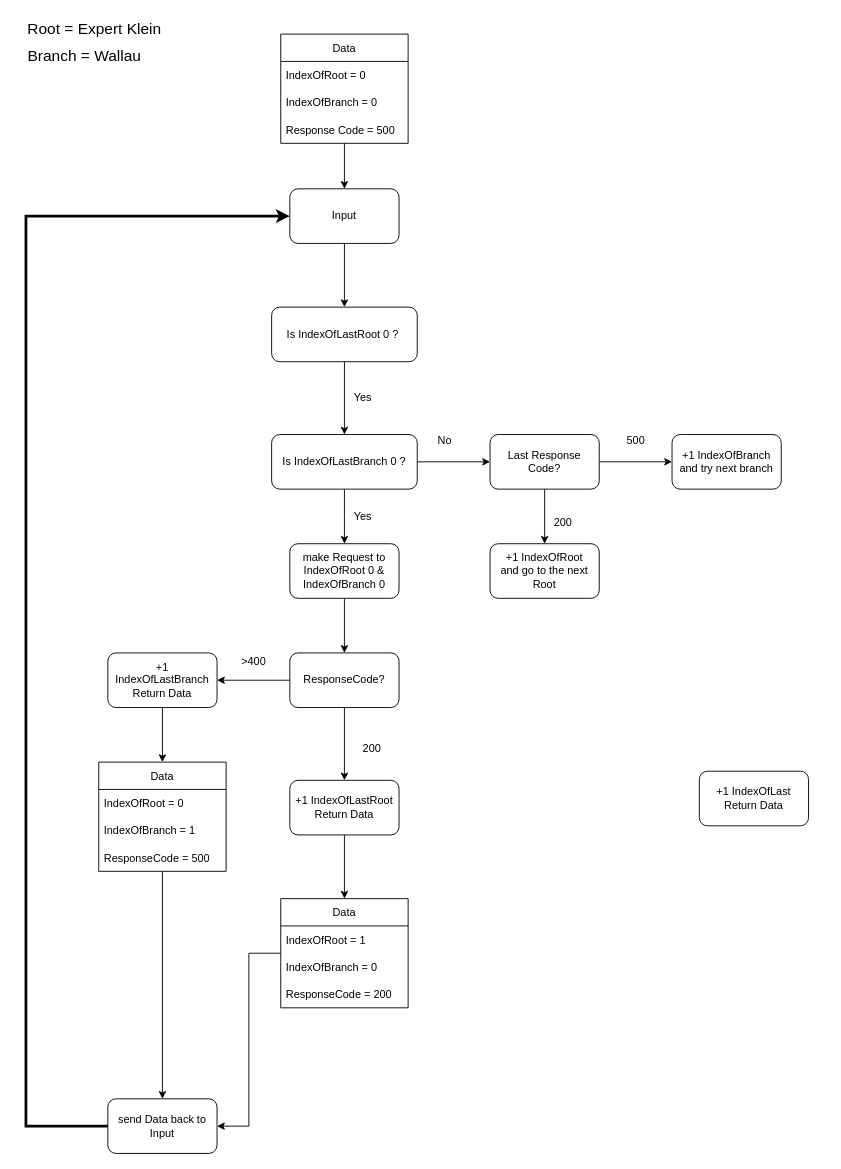
ediiiz/PreisDetektivEX keeps this draw.io diagram as getNextMarket.drawio. Above is the earlier version. Source tidied: cells renumbered, new cells numbered last; positions are measured from the earlier drawing's top-left corner, leaving out a move shared by most shapes. Both pictures are drawn from the tidied source at 91%, with x=0, y=0 at pixel (15, 15).
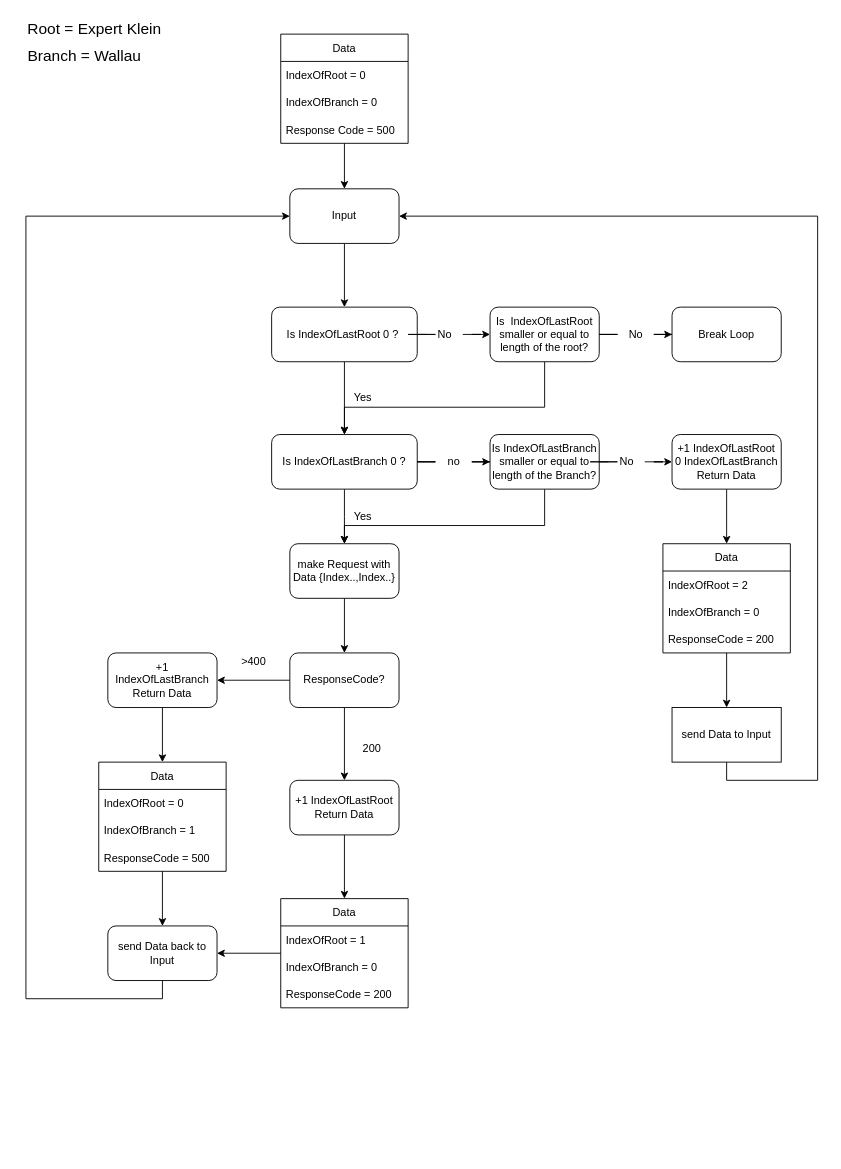
Above is the later version.

The change refers to these unchanged cells:
```xml
<mxCell id="3" value="Input" style="rounded=1;whiteSpace=wrap;html=1;" parent="1" vertex="1">
  <mxGeometry x="301" y="190" width="120" height="60" as="geometry" />
</mxCell>
<mxCell id="10" value="Is IndexOfLastRoot 0 ?&amp;nbsp;" style="whiteSpace=wrap;html=1;rounded=1;" parent="1" vertex="1">
  <mxGeometry x="281" y="320" width="160" height="60" as="geometry" />
</mxCell>
<mxCell id="32" value="Is IndexOfLastBranch 0 ?" style="whiteSpace=wrap;html=1;rounded=1;" parent="1" vertex="1">
  <mxGeometry x="281" y="460" width="160" height="60" as="geometry" />
</mxCell>
```

The edit, as a diff of the source:
```diff
@@
+    <mxCell id="50" style="edgeStyle=orthogonalEdgeStyle;rounded=0;jettySize=auto;html=1;strokeWidth=1;fontSize=12;startArrow=none;" parent="1" edge="1" source="61" target="54">
+      <mxGeometry relative="1" as="geometry" />
+    </mxCell>
@@
-    <mxCell id="11" style="edgeStyle=orthogonalEdgeStyle;rounded=0;jettySize=auto;html=1;" parent="1" edge="1" source="13" target="18">
-      <mxGeometry relative="1" as="geometry" />
-    </mxCell>
-    <mxCell id="12" style="edgeStyle=orthogonalEdgeStyle;rounded=0;jettySize=auto;html=1;" parent="1" edge="1" source="13" target="20">
-      <mxGeometry relative="1" as="geometry" />
-    </mxCell>
-    <mxCell id="13" value="Last Response Code?" style="whiteSpace=wrap;html=1;rounded=1;" parent="1" vertex="1">
-      <mxGeometry x="521" y="460" width="120" height="60" as="geometry" />
-    </mxCell>
@@
-    <mxCell id="15" value="make Request to IndexOfRoot 0 &amp;amp; IndexOfBranch 0" style="whiteSpace=wrap;html=1;rounded=1;" parent="1" vertex="1">
+    <mxCell id="15" value="make Request with Data {Index..,Index..}" style="whiteSpace=wrap;html=1;rounded=1;" parent="1" vertex="1">
       <mxGeometry x="301" y="580" width="120" height="60" as="geometry" />
     </mxCell>
-    <mxCell id="16" value="No" style="text;html=1;align=center;verticalAlign=middle;strokeColor=none;fillColor=none;" parent="1" vertex="1">
-      <mxGeometry x="451" y="452" width="40" height="30" as="geometry" />
-    </mxCell>
@@
-    <mxCell id="18" value="+1 IndexOfRoot&lt;br&gt;and go to the next Root" style="whiteSpace=wrap;html=1;rounded=1;" parent="1" vertex="1">
-      <mxGeometry x="521" y="580" width="120" height="60" as="geometry" />
-    </mxCell>
-    <mxCell id="19" value="200" style="text;html=1;align=center;verticalAlign=middle;strokeColor=none;fillColor=none;" parent="1" vertex="1">
-      <mxGeometry x="581" y="542" width="40" height="30" as="geometry" />
-    </mxCell>
-    <mxCell id="20" value="+1 IndexOfBranch and try next branch" style="whiteSpace=wrap;html=1;rounded=1;" parent="1" vertex="1">
-      <mxGeometry x="721" y="460" width="120" height="60" as="geometry" />
-    </mxCell>
-    <mxCell id="21" value="500" style="text;html=1;align=center;verticalAlign=middle;strokeColor=none;fillColor=none;" parent="1" vertex="1">
-      <mxGeometry x="661" y="452" width="40" height="30" as="geometry" />
-    </mxCell>
@@
-    <mxCell id="24" value="+1 IndexOfLast Return Data" style="whiteSpace=wrap;html=1;rounded=1;" parent="1" vertex="1">
-      <mxGeometry x="751" y="830" width="120" height="60" as="geometry" />
-    </mxCell>
@@
-    <mxCell id="31" style="edgeStyle=orthogonalEdgeStyle;rounded=0;jettySize=auto;html=1;fontSize=12;" parent="1" edge="1" source="32" target="13">
-      <mxGeometry relative="1" as="geometry" />
-    </mxCell>
+    <mxCell id="51" style="edgeStyle=orthogonalEdgeStyle;rounded=0;jettySize=auto;html=1;strokeWidth=1;fontSize=12;startArrow=none;" parent="1" edge="1" source="59" target="58">
+      <mxGeometry relative="1" as="geometry" />
+    </mxCell>
@@
-    <mxCell id="48" style="edgeStyle=orthogonalEdgeStyle;rounded=0;jettySize=auto;html=1;entryX=0;entryY=0.5;entryDx=0;entryDy=0;fontSize=12;strokeWidth=3;" parent="1" edge="1" source="49" target="3">
+    <mxCell id="48" style="edgeStyle=orthogonalEdgeStyle;rounded=0;jettySize=auto;html=1;entryX=0;entryY=0.5;entryDx=0;entryDy=0;fontSize=12;strokeWidth=1;" parent="1" edge="1" source="49" target="3">
       <mxGeometry relative="1" as="geometry">
         <Array as="points">
-          <mxPoint x="11" y="1220" />
+          <mxPoint x="161" y="1080" />
+          <mxPoint x="11" y="1080" />
           <mxPoint x="11" y="220" />
         </Array>
       </mxGeometry>
     </mxCell>
     <mxCell id="49" value="send Data back to Input" style="rounded=1;whiteSpace=wrap;html=1;fontSize=12;" parent="1" vertex="1">
-      <mxGeometry x="101" y="1190" width="120" height="60" as="geometry" />
+      <mxGeometry x="101" y="1000" width="120" height="60" as="geometry" />
     </mxCell>
+    <mxCell id="52" style="edgeStyle=orthogonalEdgeStyle;rounded=0;jettySize=auto;html=1;entryX=0.5;entryY=0;entryDx=0;entryDy=0;strokeWidth=1;fontSize=12;" parent="1" edge="1" source="54" target="32">
+      <mxGeometry relative="1" as="geometry">
+        <Array as="points">
+          <mxPoint x="581" y="430" />
+          <mxPoint x="361" y="430" />
+        </Array>
+      </mxGeometry>
+    </mxCell>
+    <mxCell id="53" style="edgeStyle=orthogonalEdgeStyle;rounded=0;jettySize=auto;html=1;strokeWidth=1;fontSize=12;startArrow=none;" parent="1" edge="1" source="63" target="55">
+      <mxGeometry relative="1" as="geometry" />
+    </mxCell>
+    <mxCell id="54" value="Is&amp;nbsp; IndexOfLastRoot smaller or equal to length of the root?" style="whiteSpace=wrap;html=1;rounded=1;" parent="1" vertex="1">
+      <mxGeometry x="521" y="320" width="120" height="60" as="geometry" />
+    </mxCell>
+    <mxCell id="55" value="Break Loop" style="whiteSpace=wrap;html=1;rounded=1;" parent="1" vertex="1">
+      <mxGeometry x="721" y="320" width="120" height="60" as="geometry" />
+    </mxCell>
+    <mxCell id="56" style="edgeStyle=orthogonalEdgeStyle;rounded=0;jettySize=auto;html=1;entryX=0.5;entryY=0;entryDx=0;entryDy=0;strokeWidth=1;fontSize=12;" parent="1" edge="1" source="58" target="15">
+      <mxGeometry relative="1" as="geometry">
+        <Array as="points">
+          <mxPoint x="581" y="560" />
+          <mxPoint x="361" y="560" />
+        </Array>
+      </mxGeometry>
+    </mxCell>
+    <mxCell id="57" style="edgeStyle=orthogonalEdgeStyle;rounded=0;jettySize=auto;html=1;strokeWidth=1;fontSize=12;startArrow=none;" parent="1" edge="1" source="67" target="66">
+      <mxGeometry relative="1" as="geometry" />
+    </mxCell>
+    <mxCell id="58" value="Is IndexOfLastBranch smaller or equal to length of the Branch?" style="whiteSpace=wrap;html=1;rounded=1;" parent="1" vertex="1">
+      <mxGeometry x="521" y="460" width="120" height="60" as="geometry" />
+    </mxCell>
+    <mxCell id="59" value="no" style="text;html=1;align=center;verticalAlign=middle;points=[];strokeColor=none;fillColor=none;fontSize=12;" parent="1" vertex="1">
+      <mxGeometry x="461" y="475" width="40" height="30" as="geometry" />
+    </mxCell>
+    <mxCell id="60" style="edgeStyle=orthogonalEdgeStyle;rounded=0;jettySize=auto;html=1;strokeWidth=1;fontSize=12;endArrow=none;" parent="1" edge="1" source="32" target="59">
+      <mxGeometry relative="1" as="geometry" />
+    </mxCell>
+    <mxCell id="61" value="No" style="text;html=1;align=center;verticalAlign=middle;points=[];strokeColor=none;fillColor=none;fontSize=12;" parent="1" vertex="1">
+      <mxGeometry x="451" y="335" width="40" height="30" as="geometry" />
+    </mxCell>
+    <mxCell id="62" style="edgeStyle=orthogonalEdgeStyle;rounded=0;jettySize=auto;html=1;strokeWidth=1;fontSize=12;endArrow=none;" parent="1" edge="1" source="10" target="61">
+      <mxGeometry relative="1" as="geometry" />
+    </mxCell>
+    <mxCell id="63" value="No" style="text;html=1;align=center;verticalAlign=middle;points=[];strokeColor=none;fillColor=none;fontSize=12;" parent="1" vertex="1">
+      <mxGeometry x="661" y="335" width="40" height="30" as="geometry" />
+    </mxCell>
+    <mxCell id="64" style="edgeStyle=orthogonalEdgeStyle;rounded=0;jettySize=auto;html=1;strokeWidth=1;fontSize=12;endArrow=none;" parent="1" edge="1" source="54" target="63">
+      <mxGeometry relative="1" as="geometry" />
+    </mxCell>
+    <mxCell id="65" style="edgeStyle=orthogonalEdgeStyle;rounded=0;jettySize=auto;html=1;entryX=0.5;entryY=0;entryDx=0;entryDy=0;strokeWidth=1;fontSize=12;" parent="1" edge="1" source="66" target="70">
+      <mxGeometry relative="1" as="geometry" />
+    </mxCell>
+    <mxCell id="66" value="+1 IndexOfLastRoot&lt;br&gt;0 IndexOfLastBranch Return Data" style="whiteSpace=wrap;html=1;rounded=1;" parent="1" vertex="1">
+      <mxGeometry x="721" y="460" width="120" height="60" as="geometry" />
+    </mxCell>
+    <mxCell id="67" value="No" style="text;html=1;align=center;verticalAlign=middle;points=[];strokeColor=none;fillColor=none;fontSize=12;" parent="1" vertex="1">
+      <mxGeometry x="651" y="475" width="40" height="30" as="geometry" />
+    </mxCell>
+    <mxCell id="68" style="edgeStyle=orthogonalEdgeStyle;rounded=0;jettySize=auto;html=1;strokeWidth=1;fontSize=12;endArrow=none;" parent="1" edge="1" source="58" target="67">
+      <mxGeometry relative="1" as="geometry" />
+    </mxCell>
+    <mxCell id="69" style="edgeStyle=orthogonalEdgeStyle;rounded=0;jettySize=auto;html=1;strokeWidth=1;fontSize=12;" parent="1" edge="1" source="70" target="75">
+      <mxGeometry relative="1" as="geometry" />
+    </mxCell>
+    <mxCell id="70" value="Data" style="swimlane;fontStyle=0;horizontal=1;startSize=30;fontSize=12;" parent="1" vertex="1">
+      <mxGeometry x="711" y="580" width="140" height="120" as="geometry" />
+    </mxCell>
+    <mxCell id="71" value="IndexOfRoot = 2" style="text;strokeColor=none;fillColor=none;align=left;verticalAlign=middle;spacingLeft=4;spacingRight=4;overflow=hidden;fontSize=12;" parent="70" vertex="1">
+      <mxGeometry y="30" width="140" height="30" as="geometry" />
+    </mxCell>
+    <mxCell id="72" value="IndexOfBranch = 0" style="text;strokeColor=none;fillColor=none;align=left;verticalAlign=middle;spacingLeft=4;spacingRight=4;overflow=hidden;fontSize=12;" parent="70" vertex="1">
+      <mxGeometry y="60" width="140" height="30" as="geometry" />
+    </mxCell>
+    <mxCell id="73" value="ResponseCode = 200" style="text;strokeColor=none;fillColor=none;align=left;verticalAlign=middle;spacingLeft=4;spacingRight=4;overflow=hidden;fontSize=12;" parent="70" vertex="1">
+      <mxGeometry y="90" width="140" height="30" as="geometry" />
+    </mxCell>
+    <mxCell id="74" style="edgeStyle=orthogonalEdgeStyle;rounded=0;jettySize=auto;html=1;entryX=1;entryY=0.5;entryDx=0;entryDy=0;strokeWidth=1;fontSize=12;" parent="1" edge="1" source="75" target="3">
+      <mxGeometry relative="1" as="geometry">
+        <Array as="points">
+          <mxPoint x="881" y="840" />
+          <mxPoint x="881" y="220" />
+        </Array>
+      </mxGeometry>
+    </mxCell>
+    <mxCell id="75" value="send Data to Input" style="whiteSpace=wrap;html=1;fontStyle=0;startSize=30;" parent="1" vertex="1">
+      <mxGeometry x="721" y="760" width="120" height="60" as="geometry" />
+    </mxCell>
```
